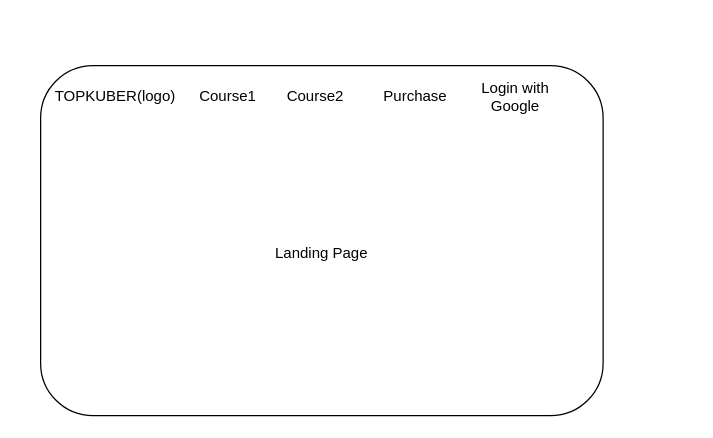
The draw.io diagram page "Landing_Page_1" (1 of 6) of Topkuber_Design.drawio in gonchigars/CKAD-exercises, before the edit. Source tidied: cells renumbered, new cells numbered last; positions are measured from the earlier drawing's top-left corner, leaving out a move shared by most shapes. Both pictures are drawn from the tidied source at 125%, with x=0, y=0 at pixel (21, 65).
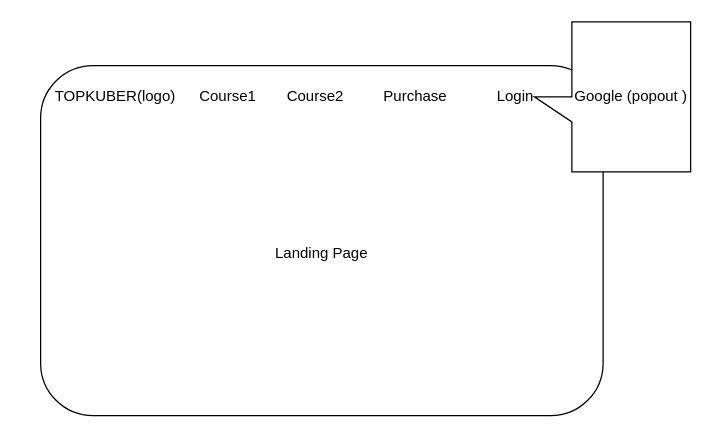
Above is the later version.

The edit, as a diff of the source:
```diff
@@
 <mxGraphModel>
   <root>
     <mxCell id="0" />
     <mxCell id="1" parent="0" />
     <mxCell id="2" style="rounded=1;whiteSpace=wrap;html=1;" parent="1" vertex="1">
       <mxGeometry x="15" width="450" height="280" as="geometry" />
     </mxCell>
-    <mxCell id="3" value="Login with&lt;br&gt;Google&lt;br&gt;" style="text;html=1;strokeColor=none;fillColor=none;align=center;verticalAlign=middle;whiteSpace=wrap;rounded=0;" parent="1" vertex="1">
+    <mxCell id="3" value="Login" style="text;html=1;strokeColor=none;fillColor=none;align=center;verticalAlign=middle;whiteSpace=wrap;rounded=0;" parent="1" vertex="1">
       <mxGeometry x="325" y="10" width="140" height="30" as="geometry" />
     </mxCell>
     <mxCell id="4" value="Landing Page" style="text;html=1;strokeColor=none;fillColor=none;align=center;verticalAlign=middle;whiteSpace=wrap;rounded=0;" parent="1" vertex="1">
       <mxGeometry y="110" width="480" height="80" as="geometry" />
     </mxCell>
     <mxCell id="5" value="Purchase" style="text;html=1;strokeColor=none;fillColor=none;align=center;verticalAlign=middle;whiteSpace=wrap;rounded=0;" parent="1" vertex="1">
       <mxGeometry x="245" y="10" width="140" height="30" as="geometry" />
     </mxCell>
     <mxCell id="6" value="Course2" style="text;html=1;strokeColor=none;fillColor=none;align=center;verticalAlign=middle;whiteSpace=wrap;rounded=0;" parent="1" vertex="1">
       <mxGeometry x="165" y="10" width="140" height="30" as="geometry" />
     </mxCell>
     <mxCell id="7" value="Course1" style="text;html=1;strokeColor=none;fillColor=none;align=center;verticalAlign=middle;whiteSpace=wrap;rounded=0;" parent="1" vertex="1">
       <mxGeometry x="95" y="10" width="140" height="30" as="geometry" />
     </mxCell>
     <mxCell id="8" value="TOPKUBER(logo)" style="text;html=1;strokeColor=none;fillColor=none;align=center;verticalAlign=middle;whiteSpace=wrap;rounded=0;" parent="1" vertex="1">
       <mxGeometry x="5" y="10" width="140" height="30" as="geometry" />
     </mxCell>
+    <mxCell id="9" value="Google (popout )" style="shape=callout;whiteSpace=wrap;html=1;perimeter=calloutPerimeter;direction=south;" parent="1" vertex="1">
+      <mxGeometry x="410" y="-35" width="125" height="120" as="geometry" />
+    </mxCell>
   </root>
 </mxGraphModel>
```
